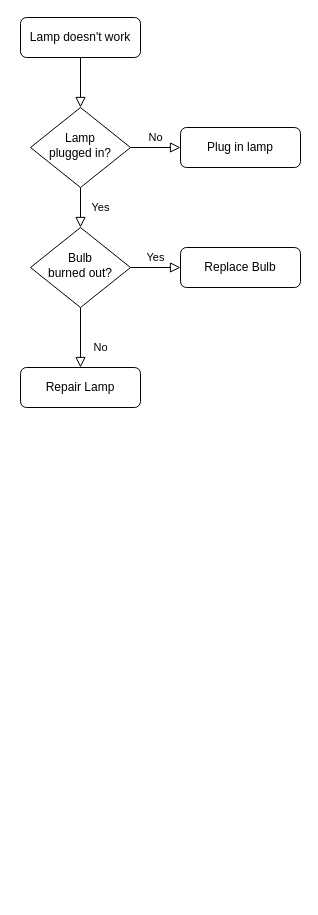
This is diagrams/Untitled Diagram.drawio from SN032904/Architectural-diagrams, a draw.io file, before an edit. Source tidied: cells renumbered, new cells numbered last; positions are measured from the earlier drawing's top-left corner, leaving out a move shared by most shapes. Both pictures are drawn from the tidied source at 100%, with x=0, y=0 at pixel (20, 17).
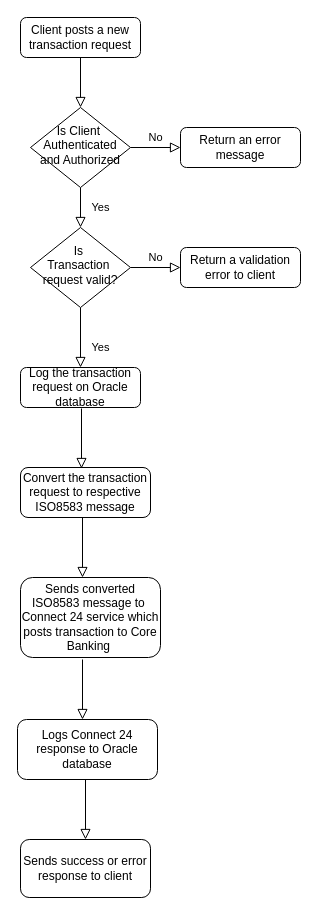
The same diagram, later.

Commit message:
Complete Ist revision of flowchart

Diff of the diagram source:
```diff
@@
-    <mxCell id="3" value="Lamp doesn't work" style="rounded=1;whiteSpace=wrap;html=1;fontSize=12;glass=0;strokeWidth=1;shadow=0;" parent="1" vertex="1">
+    <mxCell id="3" value="Client posts a new transaction request" style="rounded=1;whiteSpace=wrap;html=1;fontSize=12;glass=0;strokeWidth=1;shadow=0;" parent="1" vertex="1">
       <mxGeometry width="120" height="40" as="geometry" />
     </mxCell>
@@
-    <mxCell id="6" value="Lamp&lt;br&gt;plugged in?" style="rhombus;whiteSpace=wrap;html=1;shadow=0;fontFamily=Helvetica;fontSize=12;align=center;strokeWidth=1;spacing=6;spacingTop=-4;" parent="1" vertex="1">
+    <mxCell id="6" value="Is Client&amp;nbsp;&lt;div&gt;Authenticated and Authorized&lt;/div&gt;" style="rhombus;whiteSpace=wrap;html=1;shadow=0;fontFamily=Helvetica;fontSize=12;align=center;strokeWidth=1;spacing=6;spacingTop=-4;" parent="1" vertex="1">
       <mxGeometry x="10" y="90" width="100" height="80" as="geometry" />
     </mxCell>
-    <mxCell id="7" value="Plug in lamp" style="rounded=1;whiteSpace=wrap;html=1;fontSize=12;glass=0;strokeWidth=1;shadow=0;" parent="1" vertex="1">
+    <mxCell id="7" value="Return an error message" style="rounded=1;whiteSpace=wrap;html=1;fontSize=12;glass=0;strokeWidth=1;shadow=0;" parent="1" vertex="1">
       <mxGeometry x="160" y="110" width="120" height="40" as="geometry" />
     </mxCell>
-    <mxCell id="8" value="No" style="rounded=0;html=1;jettySize=auto;fontSize=11;endArrow=block;endFill=0;endSize=8;strokeWidth=1;shadow=0;labelBackgroundColor=none;edgeStyle=orthogonalEdgeStyle;" parent="1" edge="1" source="10" target="11">
+    <mxCell id="8" value="Yes" style="rounded=0;html=1;jettySize=auto;fontSize=11;endArrow=block;endFill=0;endSize=8;strokeWidth=1;shadow=0;labelBackgroundColor=none;edgeStyle=orthogonalEdgeStyle;" parent="1" edge="1" source="10" target="11">
       <mxGeometry x="0.33" y="20" relative="1" as="geometry" />
     </mxCell>
-    <mxCell id="9" value="Yes" style="edgeStyle=orthogonalEdgeStyle;rounded=0;html=1;jettySize=auto;fontSize=11;endArrow=block;endFill=0;endSize=8;strokeWidth=1;shadow=0;labelBackgroundColor=none;" parent="1" edge="1" source="10" target="12">
+    <mxCell id="9" value="No" style="edgeStyle=orthogonalEdgeStyle;rounded=0;html=1;jettySize=auto;fontSize=11;endArrow=block;endFill=0;endSize=8;strokeWidth=1;shadow=0;labelBackgroundColor=none;" parent="1" edge="1" source="10" target="12">
       <mxGeometry y="10" relative="1" as="geometry" />
     </mxCell>
-    <mxCell id="10" value="Bulb&lt;br&gt;burned out?" style="rhombus;whiteSpace=wrap;html=1;shadow=0;fontFamily=Helvetica;fontSize=12;align=center;strokeWidth=1;spacing=6;spacingTop=-4;" parent="1" vertex="1">
+    <mxCell id="10" value="Is&amp;nbsp;&lt;div&gt;Transaction&amp;nbsp;&lt;div&gt;request valid?&lt;/div&gt;&lt;/div&gt;" style="rhombus;whiteSpace=wrap;html=1;shadow=0;fontFamily=Helvetica;fontSize=12;align=center;strokeWidth=1;spacing=6;spacingTop=-4;" parent="1" vertex="1">
       <mxGeometry x="10" y="210" width="100" height="80" as="geometry" />
     </mxCell>
-    <mxCell id="11" value="Repair Lamp" style="rounded=1;whiteSpace=wrap;html=1;fontSize=12;glass=0;strokeWidth=1;shadow=0;" parent="1" vertex="1">
+    <mxCell id="11" value="Log the transaction request on Oracle database" style="rounded=1;whiteSpace=wrap;html=1;fontSize=12;glass=0;strokeWidth=1;shadow=0;" parent="1" vertex="1">
       <mxGeometry y="350" width="120" height="40" as="geometry" />
     </mxCell>
-    <mxCell id="12" value="Replace Bulb" style="rounded=1;whiteSpace=wrap;html=1;fontSize=12;glass=0;strokeWidth=1;shadow=0;" parent="1" vertex="1">
+    <mxCell id="12" value="Return a validation error to client" style="rounded=1;whiteSpace=wrap;html=1;fontSize=12;glass=0;strokeWidth=1;shadow=0;" parent="1" vertex="1">
       <mxGeometry x="160" y="230" width="120" height="40" as="geometry" />
     </mxCell>
+    <mxCell id="13" value="Convert the transaction request to respective ISO8583 message" style="rounded=1;whiteSpace=wrap;html=1;fontSize=12;glass=0;strokeWidth=1;shadow=0;" parent="1" vertex="1">
+      <mxGeometry y="450" width="130" height="50" as="geometry" />
+    </mxCell>
+    <mxCell id="14" style="rounded=0;html=1;jettySize=auto;orthogonalLoop=1;fontSize=11;endArrow=block;endFill=0;endSize=8;strokeWidth=1;shadow=0;labelBackgroundColor=none;edgeStyle=orthogonalEdgeStyle;" parent="1" edge="1">
+      <mxGeometry x="0.33" y="20" relative="1" as="geometry">
+        <mxPoint x="61" y="391" as="sourcePoint" />
+        <mxPoint x="61" y="451" as="targetPoint" />
+      </mxGeometry>
+    </mxCell>
+    <mxCell id="15" style="rounded=0;html=1;jettySize=auto;orthogonalLoop=1;fontSize=11;endArrow=block;endFill=0;endSize=8;strokeWidth=1;shadow=0;labelBackgroundColor=none;edgeStyle=orthogonalEdgeStyle;" parent="1" edge="1">
+      <mxGeometry x="0.33" y="20" relative="1" as="geometry">
+        <mxPoint x="62" y="500" as="sourcePoint" />
+        <mxPoint x="62" y="560" as="targetPoint" />
+      </mxGeometry>
+    </mxCell>
+    <mxCell id="16" value="Sends converted ISO8583 message to&amp;nbsp;&lt;div&gt;Connect 24 service which posts transaction to Core Banking&amp;nbsp;&lt;/div&gt;" style="rounded=1;whiteSpace=wrap;html=1;" parent="1" vertex="1">
+      <mxGeometry y="560" width="140" height="80" as="geometry" />
+    </mxCell>
+    <mxCell id="17" style="rounded=0;html=1;jettySize=auto;orthogonalLoop=1;fontSize=11;endArrow=block;endFill=0;endSize=8;strokeWidth=1;shadow=0;labelBackgroundColor=none;edgeStyle=orthogonalEdgeStyle;" parent="1" edge="1">
+      <mxGeometry x="0.33" y="20" relative="1" as="geometry">
+        <mxPoint x="62" y="642" as="sourcePoint" />
+        <mxPoint x="62" y="702" as="targetPoint" />
+      </mxGeometry>
+    </mxCell>
+    <mxCell id="18" value="Logs Connect 24 response to Oracle database" style="rounded=1;whiteSpace=wrap;html=1;" parent="1" vertex="1">
+      <mxGeometry x="-3" y="702" width="140" height="60" as="geometry" />
+    </mxCell>
+    <mxCell id="19" style="rounded=0;html=1;jettySize=auto;orthogonalLoop=1;fontSize=11;endArrow=block;endFill=0;endSize=8;strokeWidth=1;shadow=0;labelBackgroundColor=none;edgeStyle=orthogonalEdgeStyle;" parent="1" edge="1">
+      <mxGeometry x="0.33" y="20" relative="1" as="geometry">
+        <mxPoint x="65" y="762" as="sourcePoint" />
+        <mxPoint x="65" y="822" as="targetPoint" />
+      </mxGeometry>
+    </mxCell>
+    <mxCell id="20" value="Sends success or error response to client" style="rounded=1;whiteSpace=wrap;html=1;" parent="1" vertex="1">
+      <mxGeometry y="822" width="130" height="58" as="geometry" />
+    </mxCell>
```
